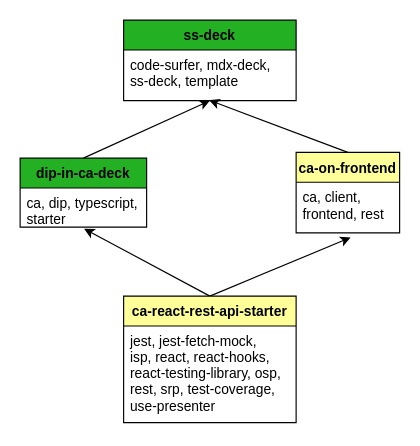
The draw.io diagram diagrams/ca-parts.drawio in softspiders/ca-parts, before the edit. Source tidied: cells renumbered, new cells numbered last; positions are measured from the earlier drawing's top-left corner, leaving out a move shared by most shapes. Both pictures are drawn from the tidied source at 115%, with x=0, y=0 at pixel (20, 20).
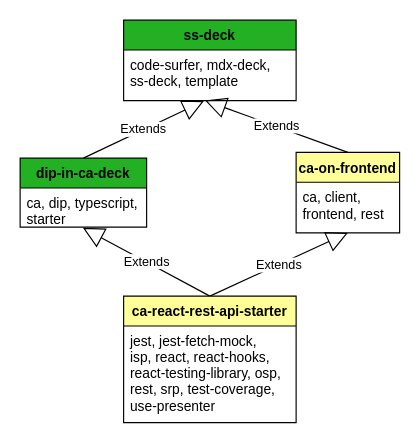
After the change.

The edit, as a diff of the source:
```diff
@@
 <mxGraphModel background="#ffffff">
   <root>
     <mxCell id="0" />
     <mxCell id="1" parent="0" />
-    <mxCell id="2" style="endArrow=classic;html=1;entryX=0.527;entryY=1.091;entryDx=0;entryDy=0;entryPerimeter=0;exitX=0.5;exitY=0;exitDx=0;exitDy=0;" parent="1" edge="1" source="12" target="7">
-      <mxGeometry relative="1" as="geometry" />
-    </mxCell>
-    <mxCell id="3" style="endArrow=classic;html=1;entryX=0.506;entryY=1.041;entryDx=0;entryDy=0;entryPerimeter=0;exitX=0.5;exitY=0;exitDx=0;exitDy=0;" parent="1" edge="1" source="12" target="9">
+    <mxCell id="3" value="Extends" style="endArrow=block;endSize=16;endFill=0;html=1;entryX=0.496;entryY=1.018;entryDx=0;entryDy=0;exitX=0.5;exitY=0;exitDx=0;exitDy=0;entryPerimeter=0;" parent="1" edge="1" source="12" target="9">
       <mxGeometry relative="1" as="geometry" />
     </mxCell>
-    <mxCell id="4" style="endArrow=classic;html=1;exitX=0.5;exitY=0;exitDx=0;exitDy=0;entryX=0.5;entryY=1;entryDx=0;entryDy=0;" parent="1" edge="1" source="8" target="10">
-      <mxGeometry relative="1" as="geometry" />
-    </mxCell>
-    <mxCell id="5" style="endArrow=classic;html=1;entryX=0.496;entryY=0.992;entryDx=0;entryDy=0;entryPerimeter=0;exitX=0.5;exitY=0;exitDx=0;exitDy=0;" parent="1" edge="1" source="6" target="11">
-      <mxGeometry relative="1" as="geometry" />
-    </mxCell>
+    <mxCell id="14" value="Extends" style="endArrow=block;endSize=16;endFill=0;html=1;entryX=0.5;entryY=1;entryDx=0;entryDy=0;exitX=0.5;exitY=0;exitDx=0;exitDy=0;" parent="1" edge="1" source="12" target="6">
+      <mxGeometry relative="1" as="geometry" />
+    </mxCell>
     <mxCell id="6" value="ca-on-frontend" style="swimlane;fontStyle=1;horizontal=1;startSize=26;fillColor=#FFFF99;" parent="1" vertex="1">
       <mxGeometry x="240" y="115" width="90" height="70" as="geometry" />
     </mxCell>
     <mxCell id="7" value="ca, client,&#10;frontend, rest" style="text;strokeColor=none;fillColor=none;align=left;verticalAlign=top;spacingLeft=4;spacingRight=4;overflow=hidden;points=[[0,0.5],[1,0.5]];portConstraint=eastwest;" parent="6" vertex="1">
       <mxGeometry y="26" width="90" height="44" as="geometry" />
     </mxCell>
     <mxCell id="8" value="dip-in-ca-deck" style="swimlane;fontStyle=1;horizontal=1;startSize=26;fillColor=#23B023;" parent="1" vertex="1">
       <mxGeometry y="120" width="110" height="60" as="geometry" />
     </mxCell>
     <mxCell id="9" value="ca, dip, typescript,&#10;starter" style="text;strokeColor=none;fillColor=none;align=left;verticalAlign=top;spacingLeft=4;spacingRight=4;overflow=hidden;points=[[0,0.5],[1,0.5]];portConstraint=eastwest;" parent="8" vertex="1">
       <mxGeometry y="26" width="110" height="34" as="geometry" />
     </mxCell>
     <mxCell id="10" value="ss-deck" style="swimlane;fontStyle=1;horizontal=1;startSize=26;fillColor=#23B023;" parent="1" vertex="1">
       <mxGeometry x="90" width="150" height="70" as="geometry" />
     </mxCell>
     <mxCell id="11" value="code-surfer, mdx-deck,&#10;ss-deck, template" style="text;strokeColor=none;fillColor=none;align=left;verticalAlign=top;spacingLeft=4;spacingRight=4;overflow=hidden;points=[[0,0.5],[1,0.5]];portConstraint=eastwest;" parent="10" vertex="1">
       <mxGeometry y="26" width="150" height="44" as="geometry" />
     </mxCell>
     <mxCell id="12" value="ca-react-rest-api-starter" style="swimlane;fontStyle=1;horizontal=1;startSize=26;fillColor=#FFFF99;" parent="1" vertex="1">
       <mxGeometry x="90" y="240" width="150" height="110" as="geometry" />
     </mxCell>
     <mxCell id="13" value="jest, jest-fetch-mock,&#10;isp, react, react-hooks,&#10;react-testing-library, osp,&#10;rest, srp, test-coverage,&#10;use-presenter" style="text;strokeColor=none;fillColor=none;align=left;verticalAlign=top;spacingLeft=4;spacingRight=4;overflow=hidden;" parent="12" vertex="1">
       <mxGeometry y="26" width="150" height="84" as="geometry" />
     </mxCell>
+    <mxCell id="15" value="Extends" style="endArrow=block;endSize=16;endFill=0;html=1;entryX=0.465;entryY=1.009;entryDx=0;entryDy=0;entryPerimeter=0;exitX=0.5;exitY=0;exitDx=0;exitDy=0;" parent="1" edge="1" source="8" target="11">
+      <mxGeometry relative="1" as="geometry" />
+    </mxCell>
+    <mxCell id="5" value="Extends" style="endArrow=block;endSize=16;endFill=0;html=1;exitX=0.5;exitY=0;exitDx=0;exitDy=0;entryX=0.472;entryY=0.997;entryDx=0;entryDy=0;entryPerimeter=0;" parent="1" edge="1" source="6" target="11">
+      <mxGeometry relative="1" as="geometry" />
+    </mxCell>
   </root>
 </mxGraphModel>
```
